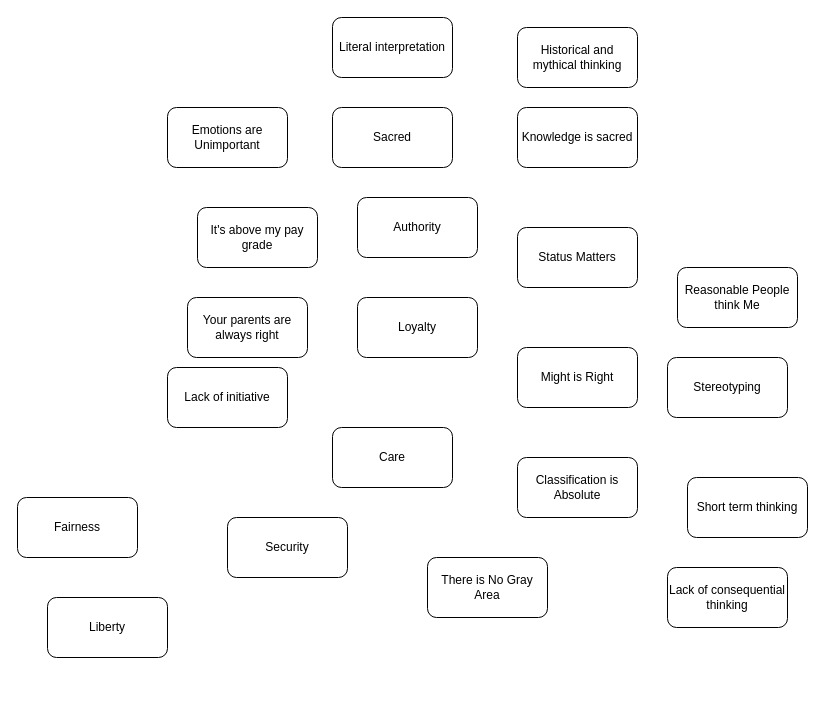
This is memespace_auth.drawio from codeaudit/1, a draw.io file, before an edit. Source tidied: cells renumbered, new cells numbered last; positions are measured from the earlier drawing's top-left corner, leaving out a move shared by most shapes. Both pictures are drawn from the tidied source at 100%, with x=0, y=0 at pixel (17, 17).
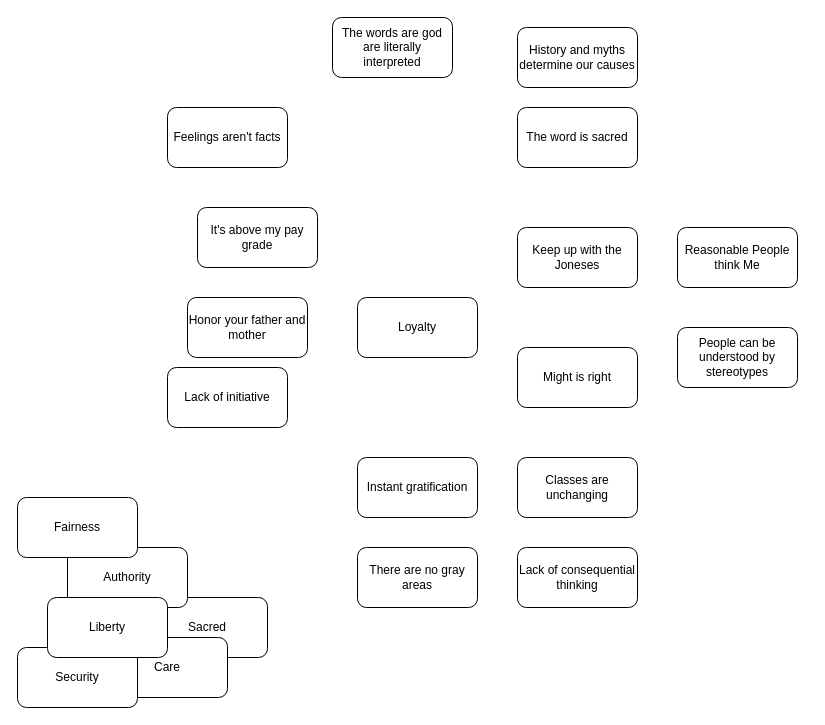
After the change.

The edit, as a diff of the source:
```diff
@@
-    <mxCell id="2" value="Status Matters" style="rounded=1;whiteSpace=wrap;html=1;" parent="1" vertex="1">
+    <mxCell id="2" value="Keep up with the Joneses" style="rounded=1;whiteSpace=wrap;html=1;" parent="1" vertex="1">
       <mxGeometry x="500" y="210" width="120" height="60" as="geometry" />
     </mxCell>
-    <mxCell id="3" value="Knowledge is sacred" style="rounded=1;whiteSpace=wrap;html=1;" parent="1" vertex="1">
+    <mxCell id="3" value="The word is sacred" style="rounded=1;whiteSpace=wrap;html=1;" parent="1" vertex="1">
       <mxGeometry x="500" y="90" width="120" height="60" as="geometry" />
     </mxCell>
     <mxCell id="4" value="Sacred" style="rounded=1;whiteSpace=wrap;html=1;" parent="1" vertex="1">
-      <mxGeometry x="315" y="90" width="120" height="60" as="geometry" />
+      <mxGeometry x="130" y="580" width="120" height="60" as="geometry" />
     </mxCell>
     <mxCell id="5" value="Authority" style="rounded=1;whiteSpace=wrap;html=1;" parent="1" vertex="1">
-      <mxGeometry x="340" y="180" width="120" height="60" as="geometry" />
+      <mxGeometry x="50" y="530" width="120" height="60" as="geometry" />
     </mxCell>
     <mxCell id="6" value="Care" style="rounded=1;whiteSpace=wrap;html=1;" parent="1" vertex="1">
-      <mxGeometry x="315" y="410" width="120" height="60" as="geometry" />
+      <mxGeometry x="90" y="620" width="120" height="60" as="geometry" />
     </mxCell>
     <mxCell id="7" value="Security" style="rounded=1;whiteSpace=wrap;html=1;" parent="1" vertex="1">
-      <mxGeometry x="210" y="500" width="120" height="60" as="geometry" />
+      <mxGeometry y="630" width="120" height="60" as="geometry" />
     </mxCell>
@@
-    <mxCell id="11" value="Might is Right" style="rounded=1;whiteSpace=wrap;html=1;" parent="1" vertex="1">
+    <mxCell id="11" value="Might is right" style="rounded=1;whiteSpace=wrap;html=1;" parent="1" vertex="1">
       <mxGeometry x="500" y="330" width="120" height="60" as="geometry" />
     </mxCell>
-    <mxCell id="12" value="Classification is Absolute" style="rounded=1;whiteSpace=wrap;html=1;" parent="1" vertex="1">
+    <mxCell id="12" value="Classes are unchanging" style="rounded=1;whiteSpace=wrap;html=1;" parent="1" vertex="1">
       <mxGeometry x="500" y="440" width="120" height="60" as="geometry" />
     </mxCell>
-    <mxCell id="13" value="Emotions are Unimportant" style="rounded=1;whiteSpace=wrap;html=1;" parent="1" vertex="1">
+    <mxCell id="13" value="Feelings aren't facts" style="rounded=1;whiteSpace=wrap;html=1;" parent="1" vertex="1">
       <mxGeometry x="150" y="90" width="120" height="60" as="geometry" />
     </mxCell>
-    <mxCell id="14" value="There is No Gray Area" style="rounded=1;whiteSpace=wrap;html=1;" parent="1" vertex="1">
-      <mxGeometry x="410" y="540" width="120" height="60" as="geometry" />
+    <mxCell id="14" value="There are no gray areas" style="rounded=1;whiteSpace=wrap;html=1;" parent="1" vertex="1">
+      <mxGeometry x="340" y="530" width="120" height="60" as="geometry" />
     </mxCell>
     <mxCell id="15" value="Reasonable People think Me" style="rounded=1;whiteSpace=wrap;html=1;" parent="1" vertex="1">
-      <mxGeometry x="660" y="250" width="120" height="60" as="geometry" />
+      <mxGeometry x="660" y="210" width="120" height="60" as="geometry" />
     </mxCell>
@@
-    <mxCell id="18" value="Literal interpretation" style="rounded=1;whiteSpace=wrap;html=1;" parent="1" vertex="1">
+    <mxCell id="18" value="The words are god are literally interpreted" style="rounded=1;whiteSpace=wrap;html=1;" parent="1" vertex="1">
       <mxGeometry x="315" width="120" height="60" as="geometry" />
     </mxCell>
-    <mxCell id="19" value="Stereotyping" style="rounded=1;whiteSpace=wrap;html=1;" parent="1" vertex="1">
-      <mxGeometry x="650" y="340" width="120" height="60" as="geometry" />
+    <mxCell id="19" value="People can be understood by stereotypes" style="rounded=1;whiteSpace=wrap;html=1;" parent="1" vertex="1">
+      <mxGeometry x="660" y="310" width="120" height="60" as="geometry" />
     </mxCell>
     <mxCell id="20" value="Lack of consequential thinking" style="rounded=1;whiteSpace=wrap;html=1;" parent="1" vertex="1">
-      <mxGeometry x="650" y="550" width="120" height="60" as="geometry" />
+      <mxGeometry x="500" y="530" width="120" height="60" as="geometry" />
     </mxCell>
-    <mxCell id="21" value="Short term thinking" style="rounded=1;whiteSpace=wrap;html=1;" parent="1" vertex="1">
-      <mxGeometry x="670" y="460" width="120" height="60" as="geometry" />
+    <mxCell id="21" value="Instant gratification" style="rounded=1;whiteSpace=wrap;html=1;" parent="1" vertex="1">
+      <mxGeometry x="340" y="440" width="120" height="60" as="geometry" />
     </mxCell>
-    <mxCell id="22" value="Historical and mythical thinking" style="rounded=1;whiteSpace=wrap;html=1;" parent="1" vertex="1">
+    <mxCell id="22" value="History and myths determine our causes" style="rounded=1;whiteSpace=wrap;html=1;" parent="1" vertex="1">
       <mxGeometry x="500" y="10" width="120" height="60" as="geometry" />
     </mxCell>
-    <mxCell id="23" value="Your parents are always right" style="rounded=1;whiteSpace=wrap;html=1;" parent="1" vertex="1">
+    <mxCell id="23" value="Honor your father and mother" style="rounded=1;whiteSpace=wrap;html=1;" parent="1" vertex="1">
       <mxGeometry x="170" y="280" width="120" height="60" as="geometry" />
     </mxCell>
```
